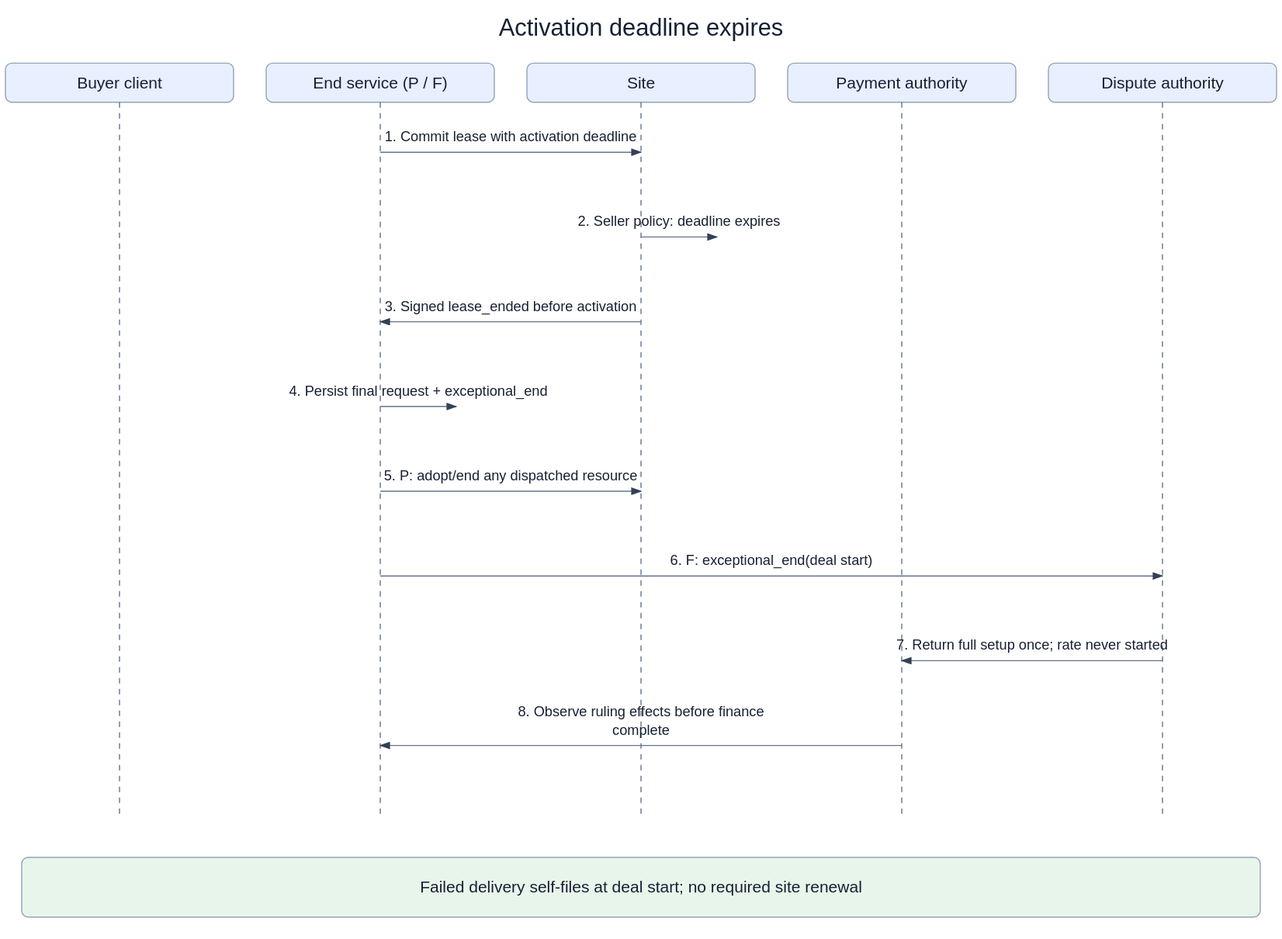
Before: openspec/changes/converge-ongoing-compute-leases/diagrams/05-prepaid-activation-deadline-expires.svg, a diagram exported from draw.io (arkhai-io/simple-compute-market). Source tidied: cells renumbered, new cells last; positions are measured from the earlier drawing's top-left corner, leaving out a move shared by most shapes.
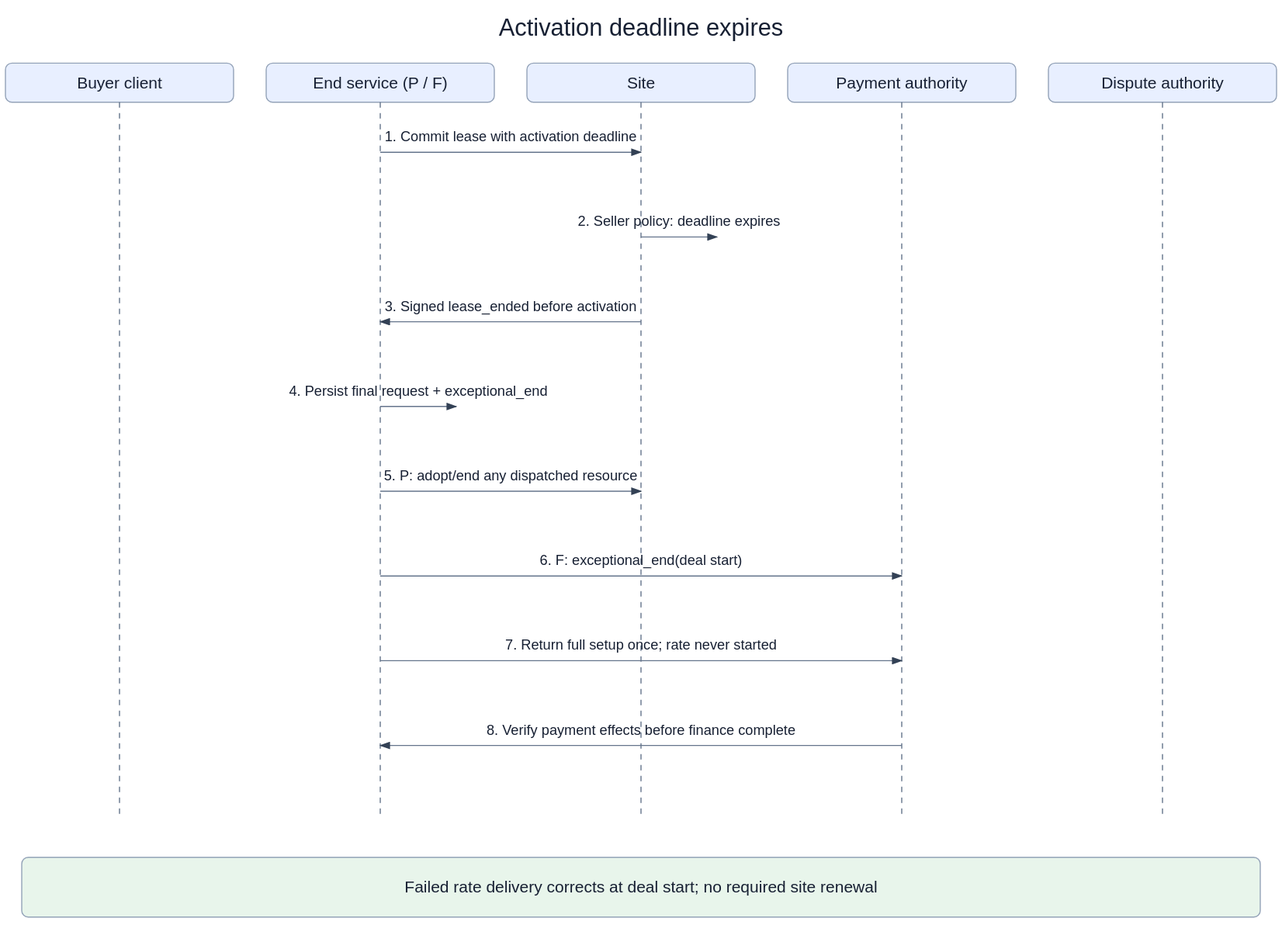
After the commit.

What changed in the source:
```diff
@@ -83,22 +83,22 @@
     <mxCell id="18" value="6. F: exceptional_end(deal start)" style="endArrow=block;fontSize=13;labelBackgroundColor=#ffffff;" parent="1" edge="1">
       <mxGeometry relative="1" as="geometry">
         <mxPoint x="345" y="520" as="sourcePoint" />
-        <mxPoint x="1065" y="520" as="targetPoint" />
+        <mxPoint x="825" y="520" as="targetPoint" />
       </mxGeometry>
     </mxCell>
     <mxCell id="19" value="7. Return full setup once; rate never started" style="endArrow=block;fontSize=13;labelBackgroundColor=#ffffff;" parent="1" edge="1">
       <mxGeometry relative="1" as="geometry">
-        <mxPoint x="1065" y="598" as="sourcePoint" />
+        <mxPoint x="345" y="598" as="sourcePoint" />
         <mxPoint x="825" y="598" as="targetPoint" />
       </mxGeometry>
     </mxCell>
-    <mxCell id="20" value="8. Observe ruling effects before finance complete" style="endArrow=block;fontSize=13;labelBackgroundColor=#ffffff;" parent="1" edge="1">
+    <mxCell id="20" value="8. Verify payment effects before finance complete" style="endArrow=block;fontSize=13;labelBackgroundColor=#ffffff;" parent="1" edge="1">
       <mxGeometry relative="1" as="geometry">
         <mxPoint x="825" y="676" as="sourcePoint" />
         <mxPoint x="345" y="676" as="targetPoint" />
       </mxGeometry>
     </mxCell>
-    <mxCell id="21" value="Failed delivery self-files at deal start; no required site renewal" style="rounded=1;fillColor=#e8f5eb;fontSize=15;" parent="1" vertex="1">
+    <mxCell id="21" value="Failed rate delivery corrects at deal start; no required site renewal" style="rounded=1;fillColor=#e8f5eb;fontSize=15;" parent="1" vertex="1">
       <mxGeometry x="15" y="779" width="1140" height="55" as="geometry" />
     </mxCell>
   </root>
```
